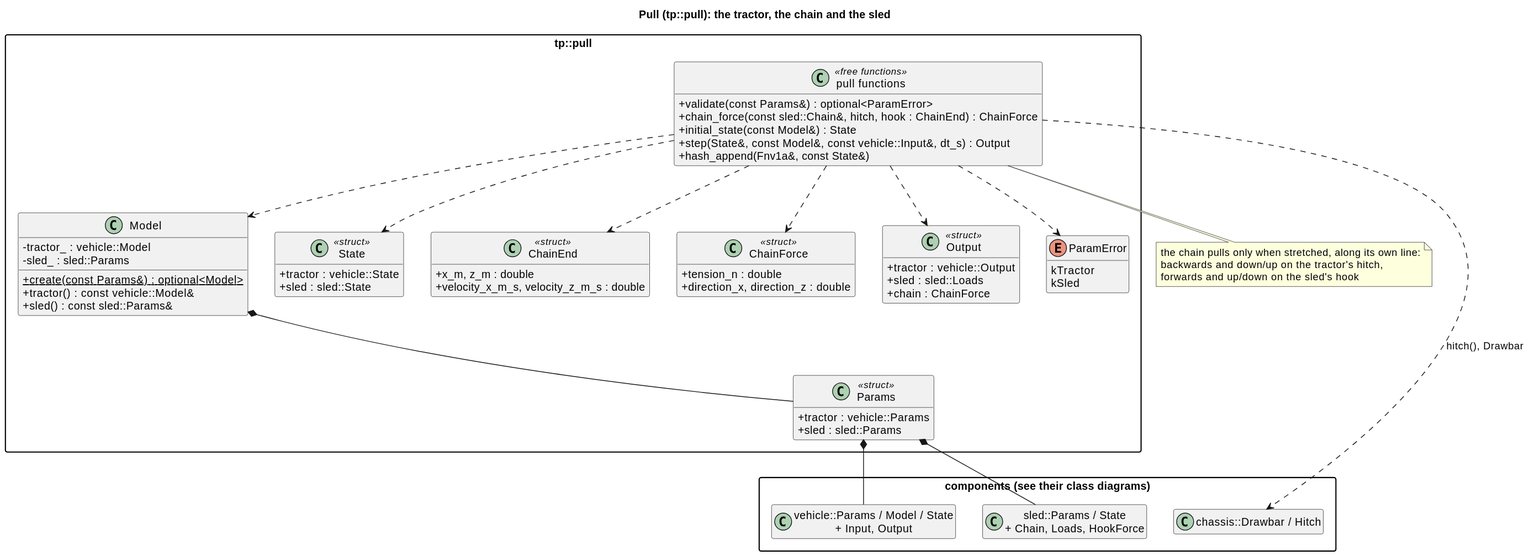
Before: docs/diagrams/svg/pull_classes.svg, a diagram exported from PlantUML (wversteeg/TractorPulling).
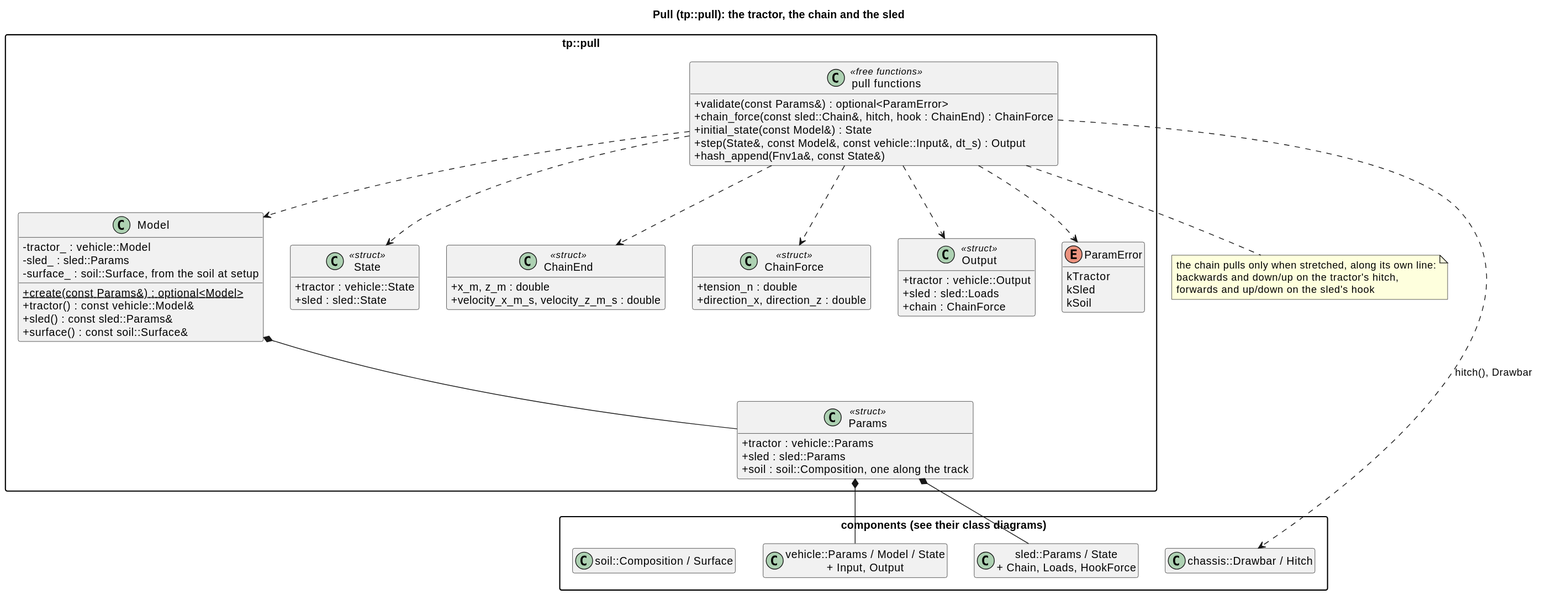
Later version of the same file.

What changed in the source:
```diff
@@ -8,19 +8,23 @@
   class "vehicle::Params / Model / State\n+ Input, Output" as Vehicle
   class "sled::Params / State\n+ Chain, Loads, HookForce" as Sled
   class "chassis::Drawbar / Hitch" as Chassis
+  class "soil::Composition / Surface" as Soil
 }
 
 package "tp::pull" {
   class Params <<struct>> {
     +tractor : vehicle::Params
     +sled : sled::Params
+    +soil : soil::Composition, one along the track
   }
   class Model {
     -tractor_ : vehicle::Model
     -sled_ : sled::Params
+    -surface_ : soil::Surface, from the soil at setup
     +{static} create(const Params&) : optional<Model>
     +tractor() : const vehicle::Model&
     +sled() : const sled::Params&
+    +surface() : const soil::Surface&
   }
   class State <<struct>> {
     +tractor : vehicle::State
@@ -42,6 +46,7 @@
   enum ParamError {
     kTractor
     kSled
+    kSoil
   }
   class "pull functions" as PullFns <<free functions>> {
     +validate(const Params&) : optional<ParamError>
```
